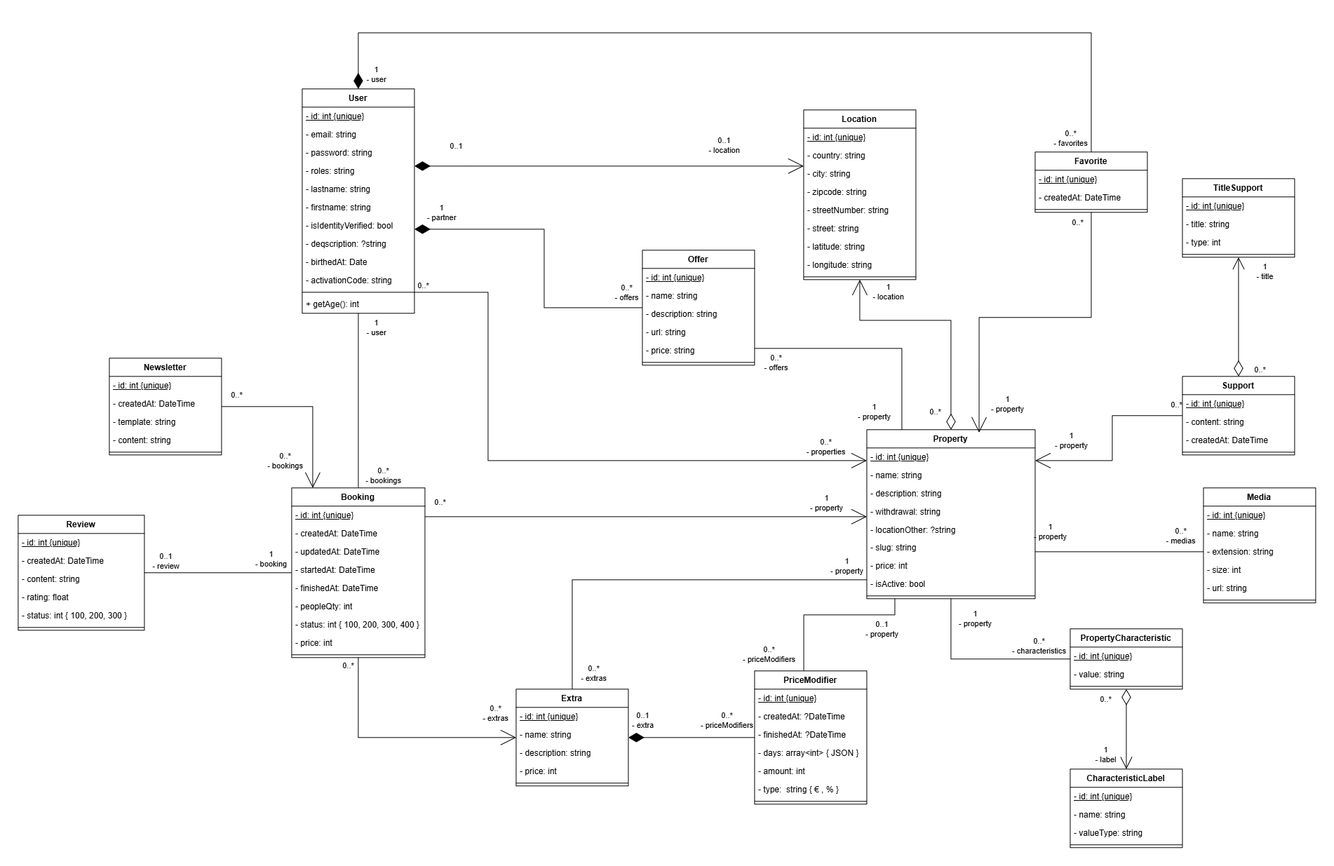
Before: uml/projet/Class-Projet.png, a diagram exported from draw.io (TyTy-cf/2027-cda). Source tidied: cells renumbered, new cells last; positions are measured from the earlier drawing's top-left corner, leaving out a move shared by most shapes.
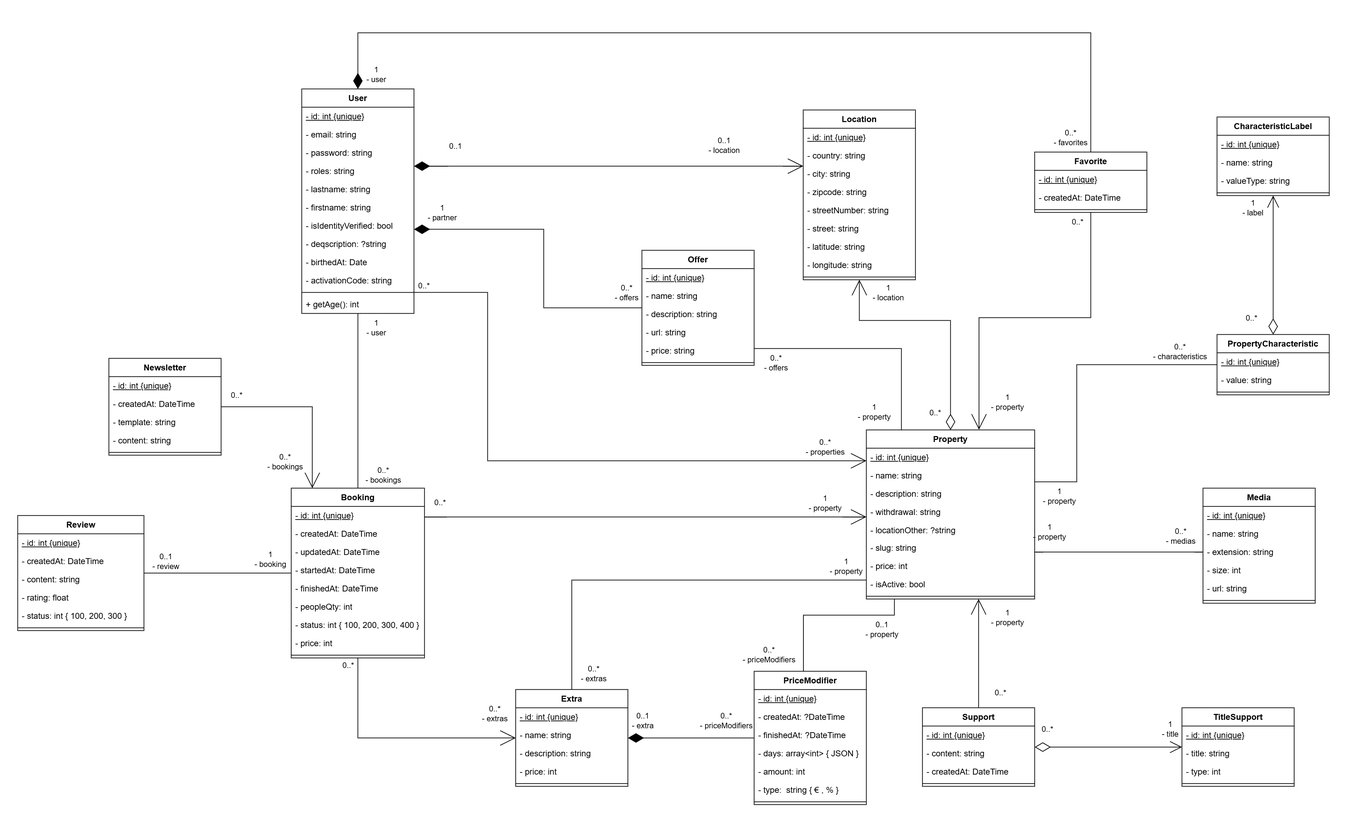
After the change.

Diff of the diagram source:
```diff
@@ -159,7 +159,7 @@
       <mxGeometry y="182" width="160" height="8" as="geometry" />
     </mxCell>
     <mxCell id="42" value="CharacteristicLabel&lt;div&gt;&lt;br&gt;&lt;/div&gt;" style="swimlane;fontStyle=1;align=center;verticalAlign=top;horizontal=1;startSize=26;whiteSpace=wrap;html=1;" parent="1" vertex="1">
-      <mxGeometry x="1500" y="1050" width="160" height="112" as="geometry" />
+      <mxGeometry x="1710" y="120" width="160" height="112" as="geometry" />
     </mxCell>
     <mxCell id="43" value="&lt;u&gt;- id: int {unique}&lt;/u&gt;" style="text;strokeColor=none;fillColor=none;align=left;verticalAlign=top;spacingLeft=4;spacingRight=4;overflow=hidden;whiteSpace=wrap;html=1;" parent="42" vertex="1">
       <mxGeometry y="26" width="160" height="26" as="geometry" />
@@ -174,7 +174,12 @@
       <mxGeometry y="104" width="160" height="8" as="geometry" />
     </mxCell>
     <mxCell id="47" style="edgeStyle=orthogonalEdgeStyle;shape=connector;rounded=0;jettySize=auto;html=1;strokeColor=default;align=center;verticalAlign=middle;fontFamily=Helvetica;fontSize=11;fontColor=default;labelBackgroundColor=default;startSize=20;endArrow=none;endFill=0;endSize=20;startArrow=none;startFill=0;" parent="1" edge="1" source="50" target="8">
-      <mxGeometry relative="1" as="geometry" />
+      <mxGeometry relative="1" as="geometry">
+        <Array as="points">
+          <mxPoint x="1510" y="473" />
+          <mxPoint x="1510" y="640" />
+        </Array>
+      </mxGeometry>
     </mxCell>
     <mxCell id="48" value="0..*&lt;br&gt;- characteristics" style="edgeLabel;html=1;align=center;verticalAlign=middle;fontFamily=Helvetica;fontSize=11;fontColor=default;labelBackgroundColor=default;" parent="47" vertex="1">
       <mxGeometry x="-0.89" y="1" relative="1" as="geometry">
@@ -183,11 +188,11 @@
     </mxCell>
     <mxCell id="49" value="1&lt;br&gt;- property" style="edgeLabel;html=1;align=center;verticalAlign=middle;fontFamily=Helvetica;fontSize=11;fontColor=default;labelBackgroundColor=default;" parent="47" vertex="1">
       <mxGeometry x="0.75" y="-2" relative="1" as="geometry">
-        <mxPoint x="32" y="-4" as="offset" />
+        <mxPoint x="-18" y="22" as="offset" />
       </mxGeometry>
     </mxCell>
     <mxCell id="50" value="PropertyCharacteristic&lt;div&gt;&lt;br&gt;&lt;/div&gt;" style="swimlane;fontStyle=1;align=center;verticalAlign=top;horizontal=1;startSize=26;whiteSpace=wrap;html=1;" parent="1" vertex="1">
-      <mxGeometry x="1500" y="850" width="160" height="86" as="geometry" />
+      <mxGeometry x="1710" y="430" width="160" height="86" as="geometry" />
     </mxCell>
     <mxCell id="51" value="&lt;u&gt;- id: int {unique}&lt;/u&gt;" style="text;strokeColor=none;fillColor=none;align=left;verticalAlign=top;spacingLeft=4;spacingRight=4;overflow=hidden;whiteSpace=wrap;html=1;" parent="50" vertex="1">
       <mxGeometry y="26" width="160" height="26" as="geometry" />
@@ -264,34 +269,34 @@
     </mxCell>
     <mxCell id="71" value="0..*" style="edgeLabel;html=1;align=center;verticalAlign=middle;fontFamily=Helvetica;fontSize=11;fontColor=default;labelBackgroundColor=default;" parent="70" vertex="1">
       <mxGeometry x="-0.62" y="1" relative="1" as="geometry">
-        <mxPoint x="31" y="22" as="offset" />
+        <mxPoint x="-23" y="-25" as="offset" />
       </mxGeometry>
     </mxCell>
     <mxCell id="72" value="1&lt;br&gt;- title" style="edgeLabel;html=1;align=center;verticalAlign=middle;fontFamily=Helvetica;fontSize=11;fontColor=default;labelBackgroundColor=default;" parent="70" vertex="1">
       <mxGeometry x="0.68" relative="1" as="geometry">
-        <mxPoint x="37" y="-8" as="offset" />
+        <mxPoint x="17" y="-26" as="offset" />
       </mxGeometry>
     </mxCell>
     <mxCell id="73" style="edgeStyle=orthogonalEdgeStyle;shape=connector;rounded=0;jettySize=auto;html=1;strokeColor=default;align=center;verticalAlign=middle;fontFamily=Helvetica;fontSize=11;fontColor=default;labelBackgroundColor=default;endArrow=open;endFill=0;startSize=20;endSize=20;startArrow=none;startFill=0;" parent="1" edge="1" source="76" target="8">
       <mxGeometry relative="1" as="geometry">
         <Array as="points">
-          <mxPoint x="1560" y="546" />
-          <mxPoint x="1560" y="610" />
+          <mxPoint x="1380" y="580" />
+          <mxPoint x="1380" y="580" />
         </Array>
       </mxGeometry>
     </mxCell>
     <mxCell id="74" value="1&lt;br&gt;- property" style="edgeLabel;html=1;align=center;verticalAlign=middle;fontFamily=Helvetica;fontSize=11;fontColor=default;labelBackgroundColor=default;" parent="73" vertex="1">
       <mxGeometry x="0.91" y="2" relative="1" as="geometry">
-        <mxPoint x="38" y="-31" as="offset" />
+        <mxPoint x="42" y="18" as="offset" />
       </mxGeometry>
     </mxCell>
     <mxCell id="75" value="0..*" style="edgeLabel;html=1;align=center;verticalAlign=middle;fontFamily=Helvetica;fontSize=11;fontColor=default;labelBackgroundColor=default;" parent="73" vertex="1">
       <mxGeometry x="-0.83" relative="1" as="geometry">
-        <mxPoint x="15" y="-16" as="offset" />
+        <mxPoint x="30" y="-9" as="offset" />
       </mxGeometry>
     </mxCell>
     <mxCell id="76" value="Support" style="swimlane;fontStyle=1;align=center;verticalAlign=top;horizontal=1;startSize=26;whiteSpace=wrap;html=1;" parent="1" vertex="1">
-      <mxGeometry x="1660" y="490" width="160" height="112" as="geometry" />
+      <mxGeometry x="1290" y="962" width="160" height="112" as="geometry" />
     </mxCell>
     <mxCell id="77" value="&lt;u&gt;- id: int {unique}&lt;/u&gt;" style="text;strokeColor=none;fillColor=none;align=left;verticalAlign=top;spacingLeft=4;spacingRight=4;overflow=hidden;whiteSpace=wrap;html=1;" parent="76" vertex="1">
       <mxGeometry y="26" width="160" height="26" as="geometry" />
@@ -306,7 +311,7 @@
       <mxGeometry y="104" width="160" height="8" as="geometry" />
     </mxCell>
     <mxCell id="81" value="TitleSupport" style="swimlane;fontStyle=1;align=center;verticalAlign=top;horizontal=1;startSize=26;whiteSpace=wrap;html=1;" parent="1" vertex="1">
-      <mxGeometry x="1660" y="208" width="160" height="112" as="geometry" />
+      <mxGeometry x="1660" y="962" width="160" height="112" as="geometry" />
     </mxCell>
     <mxCell id="82" value="&lt;u&gt;- id: int {unique}&lt;/u&gt;" style="text;strokeColor=none;fillColor=none;align=left;verticalAlign=top;spacingLeft=4;spacingRight=4;overflow=hidden;whiteSpace=wrap;html=1;" parent="81" vertex="1">
       <mxGeometry y="26" width="160" height="26" as="geometry" />
@@ -626,7 +631,7 @@
         <mxPoint x="-30" y="-7" as="offset" />
       </mxGeometry>
     </mxCell>
-    <mxCell id="166" style="edgeStyle=orthogonalEdgeStyle;shape=connector;rounded=0;jettySize=auto;html=1;entryX=0.667;entryY=0.017;entryDx=0;entryDy=0;entryPerimeter=0;strokeColor=default;align=center;verticalAlign=middle;fontFamily=Helvetica;fontSize=11;fontColor=default;labelBackgroundColor=default;startSize=20;endArrow=open;endFill=0;endSize=20;startArrow=none;startFill=0;" parent="1" edge="1" source="112" target="8">
+    <mxCell id="166" style="edgeStyle=orthogonalEdgeStyle;shape=connector;rounded=0;jettySize=auto;html=1;strokeColor=default;align=center;verticalAlign=middle;fontFamily=Helvetica;fontSize=11;fontColor=default;labelBackgroundColor=default;startSize=20;endArrow=open;endFill=0;endSize=20;startArrow=none;startFill=0;entryX=0.669;entryY=-0.002;entryDx=0;entryDy=0;entryPerimeter=0;" parent="1" edge="1" source="112" target="8">
       <mxGeometry relative="1" as="geometry" />
     </mxCell>
     <mxCell id="167" value="0..*" style="edgeLabel;html=1;align=center;verticalAlign=middle;fontFamily=Helvetica;fontSize=11;fontColor=default;labelBackgroundColor=default;" parent="166" vertex="1">
```
